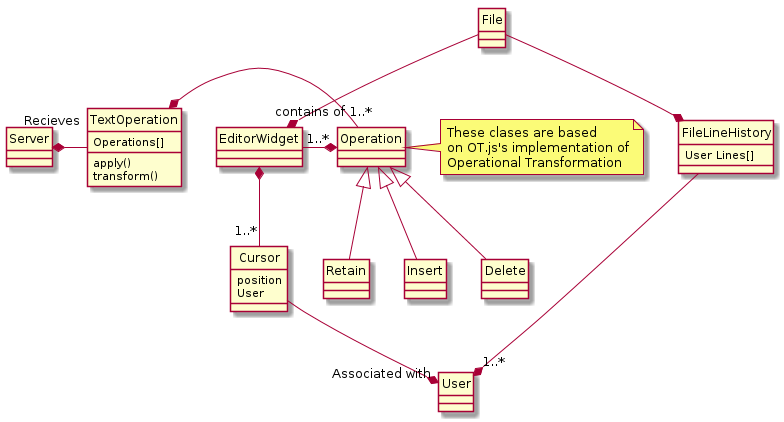
Above: doc/SSRS/class-diagrams/edit-file.png in cs383-4/sQuire (PlantUML), before the change.
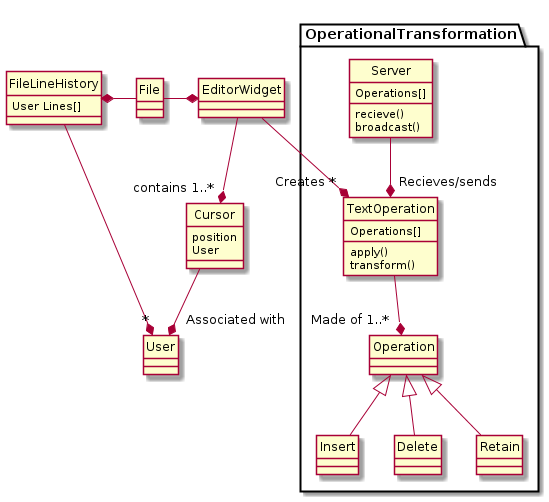
Later version of the same file.

Commit message:
Made edit-file a bit clearer, and seperated all the operational transformation stuff into a seperate package

Change to the diagram source:
```diff
@@ -3,15 +3,15 @@
 class File
 class User
 
-File --* EditorWidget
+File -left-* EditorWidget
 class EditorWidget
 class FileLineHistory {
 User Lines[]
 }
 
-File --* FileLineHistory
-FileLineHistory --* "1..*" User
-EditorWidget *-- "1..*" Cursor
+File -right-* FileLineHistory
+FileLineHistory --* "*" User
+EditorWidget --* "contains 1..*" Cursor
 
 class Cursor {
 position
@@ -19,24 +19,31 @@
 }
 
 Cursor --* "Associated with" User
-class Server
-Server *-right- "Recieves" TextOperation
-class TextOperation {
-Operations[]
-apply()
-transform()
+Package OperationalTransformation {
+  class Server {
+    Operations[]
+    recieve()
+    broadcast()
+  }
+
+  class TextOperation {
+    Operations[]
+    apply()
+    transform()
+  }
+
+
+  TextOperation --* "Made of 1..*" Operation
+
+  class Operation
+  Class Insert
+  Class Delete
+  Class Retain
+
+  Insert -up-|> Operation
+  Delete -up-|> Operation
+  Retain -up-|> Operation
 }
-
-EditorWidget -left-* "1..*" Operation
-
-TextOperation *-right- "contains of 1..*" Operation
-note right of Operation : These clases are based\non OT.js's implementation of\nOperational Transformation
-class Operation
-Class Insert
-Class Delete
-Class Retain
-Insert -up-|> Operation
-Delete -up-|> Operation
-Retain -up-|> Operation
-
+Server -up-* "Recieves/sends" TextOperation
+EditorWidget --* "Creates *" TextOperation
 @enduml
```
